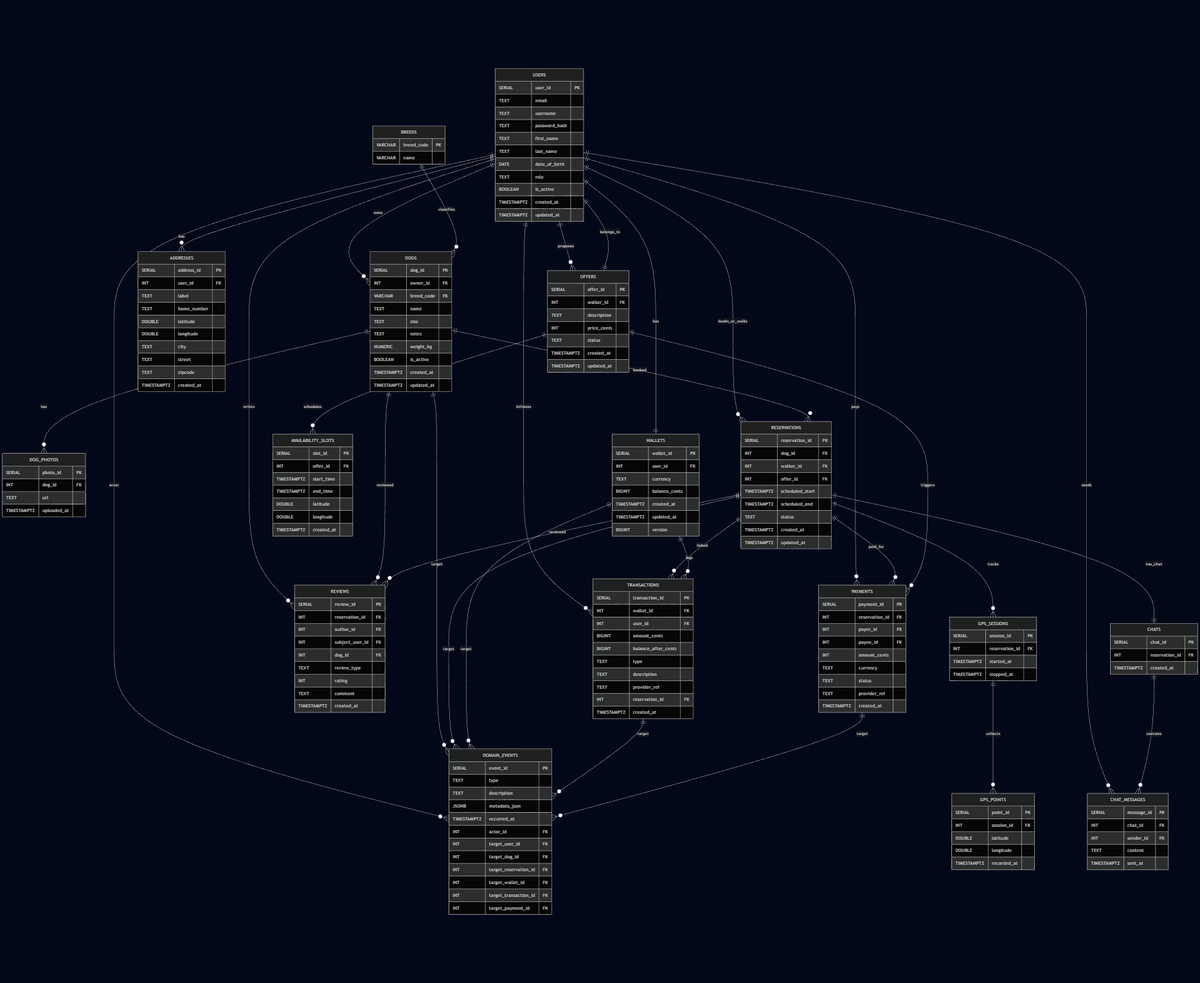
Earlier version of the Mermaid export docs/schema/er-diagram.png (PetGoSGGW/petgo-backend). Its source is kept beside it as docs/schema/er-diagram.mmd.
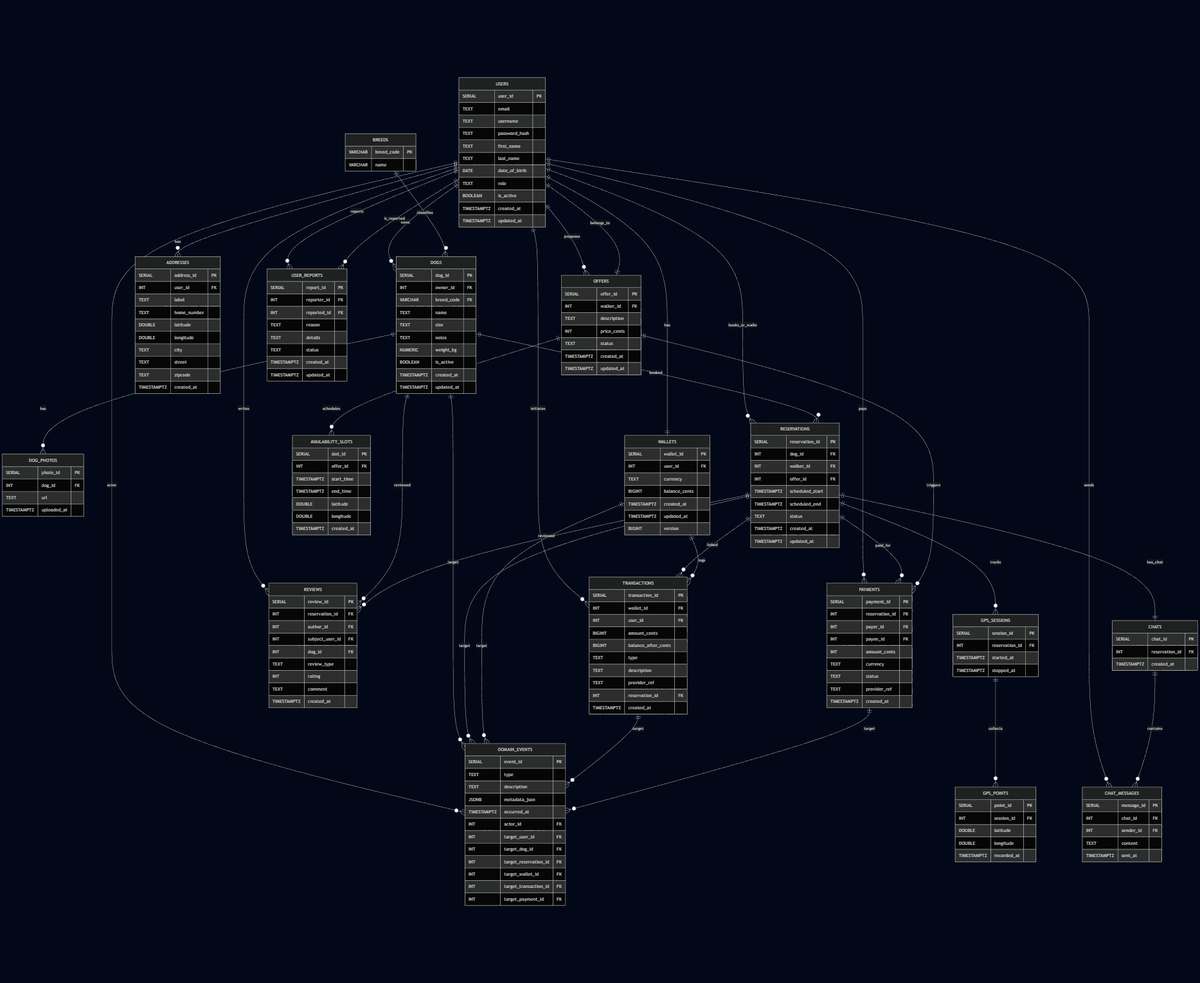
After the change.

Commit message:
feat(PGB-19): update er diagram

The edit, as a diff of the source:
```diff
@@ -175,6 +175,17 @@
         TIMESTAMPTZ created_at
     }
 
+    USER_REPORTS {
+        SERIAL report_id PK
+        INT reporter_id FK
+        INT reported_id FK
+        TEXT reason
+        TEXT details
+        TEXT status
+        TIMESTAMPTZ created_at
+        TIMESTAMPTZ updated_at
+    }
+
     USERS ||--o{ DOGS : owns
     USERS ||--o{ ADDRESSES : has
     USERS ||--o{ RESERVATIONS : books_or_walks
@@ -185,6 +196,9 @@
     USERS ||--o{ TRANSACTIONS : initiates
     USERS ||--o{ DOMAIN_EVENTS : actor
     USERS ||--o{ CHAT_MESSAGES : sends
+
+    USERS ||--o{ USER_REPORTS : reports
+    USERS ||--o{ USER_REPORTS : is_reported
 
     BREEDS ||--o{ DOGS : classifies
     DOGS ||--o{ DOG_PHOTOS : has
```
